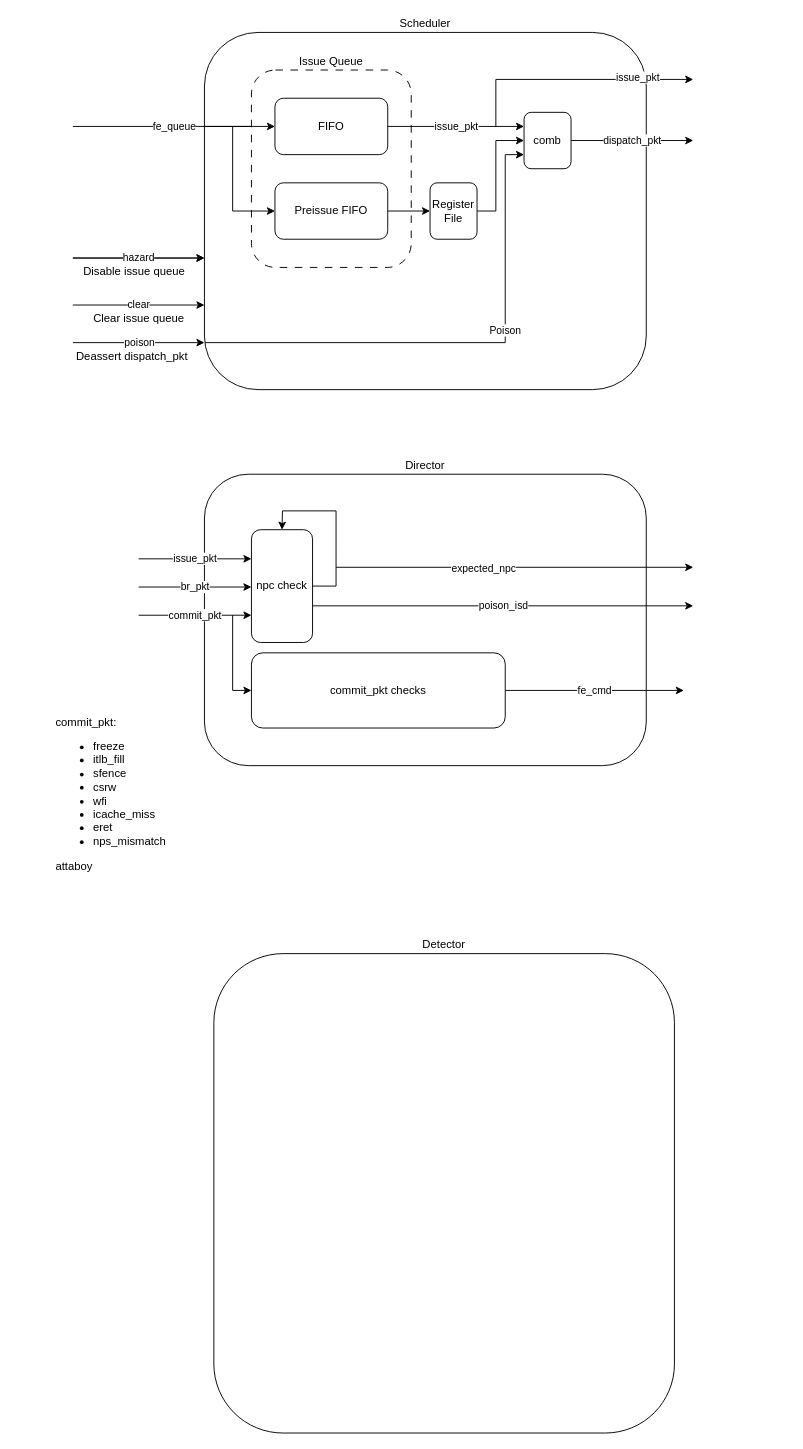
The draw.io diagram page "Back End" (3 of 5) of diagrams/black_parrot.drawio in JefferyLim/ec513_final_project, before the edit. Source tidied: cells renumbered, new cells numbered last; positions are measured from the earlier drawing's top-left corner, leaving out a move shared by most shapes. Both pictures are drawn from the tidied source at 94%, with x=0, y=0 at pixel (54, 32).
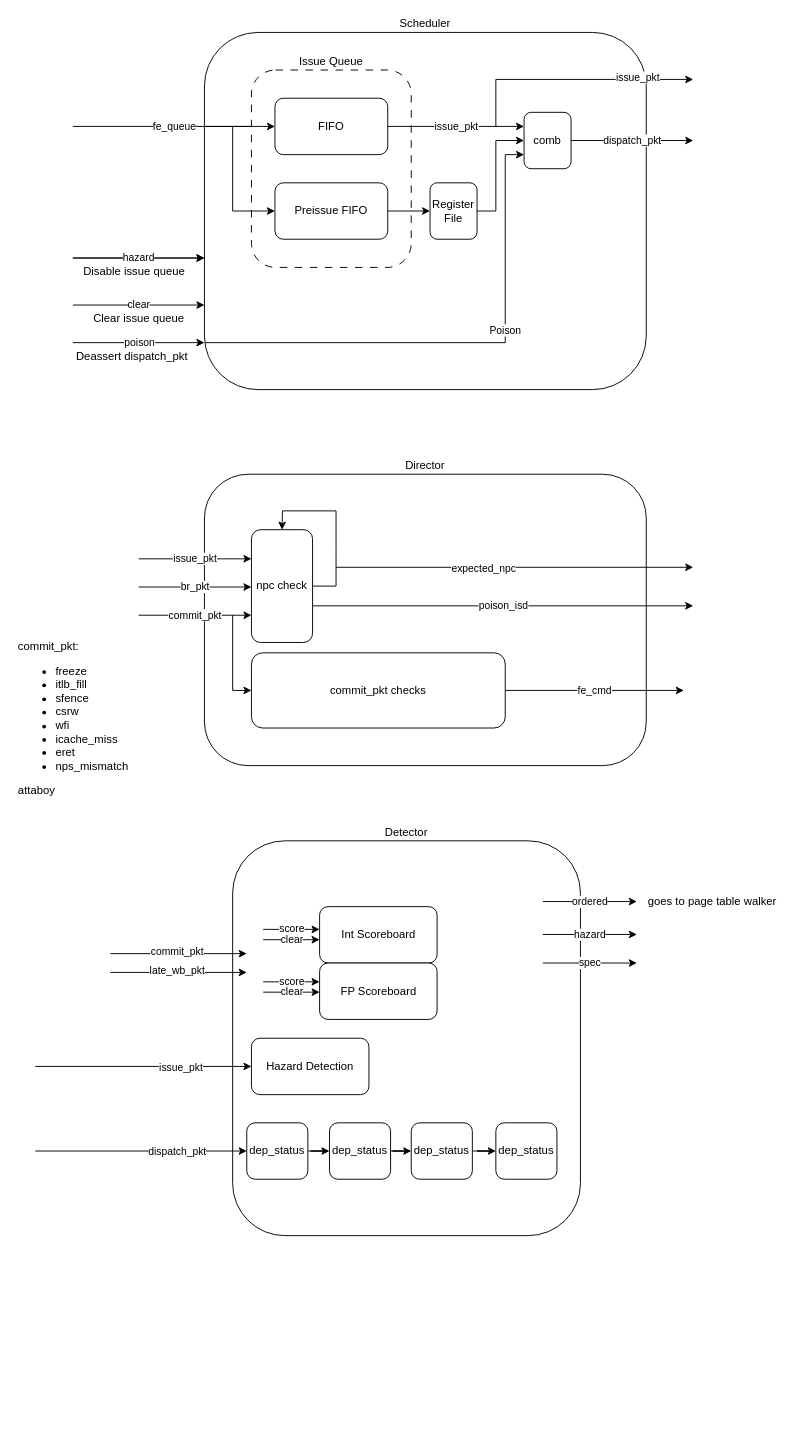
The same page after the edit.

What changed in the source:
```diff
@@
     <mxCell id="3" value="Detector" style="rounded=1;whiteSpace=wrap;html=1;labelPosition=center;verticalLabelPosition=top;align=center;verticalAlign=bottom;" parent="1" vertex="1">
-      <mxGeometry x="170" y="980" width="490" height="510" as="geometry" />
+      <mxGeometry x="190" y="860" width="370" height="420" as="geometry" />
     </mxCell>
@@
     <mxCell id="40" value="commit_pkt:&lt;div&gt;&lt;ul&gt;&lt;li&gt;freeze&lt;/li&gt;&lt;li&gt;itlb_fill&lt;/li&gt;&lt;li&gt;sfence&lt;/li&gt;&lt;li&gt;csrw&lt;/li&gt;&lt;li&gt;wfi&lt;/li&gt;&lt;li&gt;icache_miss&lt;/li&gt;&lt;li&gt;eret&lt;/li&gt;&lt;li&gt;nps_mismatch&lt;/li&gt;&lt;/ul&gt;&lt;/div&gt;&lt;div&gt;attaboy&lt;/div&gt;" style="text;html=1;align=left;verticalAlign=middle;strokeColor=none;fillColor=none;" parent="1" vertex="1">
-      <mxGeometry y="720" width="140" height="180" as="geometry" />
+      <mxGeometry x="-40" y="640" width="140" height="180" as="geometry" />
     </mxCell>
+    <mxCell id="41" style="endArrow=classic;html=1;rounded=0;entryX=0;entryY=0.5;entryDx=0;entryDy=0;" parent="1" edge="1" target="43">
+      <mxGeometry relative="1" as="geometry">
+        <mxPoint x="-20" y="1100" as="sourcePoint" />
+        <Array as="points">
+          <mxPoint x="-20" y="1100" />
+        </Array>
+      </mxGeometry>
+    </mxCell>
+    <mxCell id="42" value="issue_pkt" style="edgeLabel;html=1;align=center;verticalAlign=middle;" parent="41" vertex="1">
+      <mxGeometry x="0.6" y="3" relative="1" as="geometry">
+        <mxPoint x="-30" y="3" as="offset" />
+      </mxGeometry>
+    </mxCell>
+    <mxCell id="43" value="Hazard Detection" style="rounded=1;whiteSpace=wrap;html=1;" parent="1" vertex="1">
+      <mxGeometry x="210" y="1070" width="125" height="60" as="geometry" />
+    </mxCell>
+    <mxCell id="44" style="endArrow=classic;html=1;rounded=0;entryX=0;entryY=0.5;entryDx=0;entryDy=0;" parent="1" edge="1">
+      <mxGeometry relative="1" as="geometry">
+        <mxPoint x="-20" y="1190" as="sourcePoint" />
+        <mxPoint x="205" y="1190" as="targetPoint" />
+        <Array as="points">
+          <mxPoint x="-20" y="1190" />
+        </Array>
+      </mxGeometry>
+    </mxCell>
+    <mxCell id="45" value="dispatch_pkt" style="edgeLabel;html=1;align=center;verticalAlign=middle;" parent="44" vertex="1">
+      <mxGeometry x="0.6" y="3" relative="1" as="geometry">
+        <mxPoint x="-30" y="3" as="offset" />
+      </mxGeometry>
+    </mxCell>
+    <mxCell id="46" style="edgeStyle=orthogonalEdgeStyle;rounded=0;jettySize=auto;html=1;" parent="1" edge="1" source="47" target="49">
+      <mxGeometry relative="1" as="geometry" />
+    </mxCell>
+    <mxCell id="47" value="dep_status" style="rounded=1;whiteSpace=wrap;html=1;" parent="1" vertex="1">
+      <mxGeometry x="205" y="1160" width="65" height="60" as="geometry" />
+    </mxCell>
+    <mxCell id="48" style="edgeStyle=orthogonalEdgeStyle;rounded=0;jettySize=auto;html=1;" parent="1" edge="1" source="49" target="51">
+      <mxGeometry relative="1" as="geometry" />
+    </mxCell>
+    <mxCell id="49" value="dep_status" style="rounded=1;whiteSpace=wrap;html=1;" parent="1" vertex="1">
+      <mxGeometry x="293" y="1160" width="65" height="60" as="geometry" />
+    </mxCell>
+    <mxCell id="50" style="edgeStyle=orthogonalEdgeStyle;rounded=0;jettySize=auto;html=1;" parent="1" edge="1" source="51" target="52">
+      <mxGeometry relative="1" as="geometry" />
+    </mxCell>
+    <mxCell id="51" value="dep_status" style="rounded=1;whiteSpace=wrap;html=1;" parent="1" vertex="1">
+      <mxGeometry x="380" y="1160" width="65" height="60" as="geometry" />
+    </mxCell>
+    <mxCell id="52" value="dep_status" style="rounded=1;whiteSpace=wrap;html=1;" parent="1" vertex="1">
+      <mxGeometry x="470" y="1160" width="65" height="60" as="geometry" />
+    </mxCell>
+    <mxCell id="53" value="Int Scoreboard" style="rounded=1;whiteSpace=wrap;html=1;" parent="1" vertex="1">
+      <mxGeometry x="282.5" y="930" width="125" height="60" as="geometry" />
+    </mxCell>
+    <mxCell id="54" value="FP Scoreboard" style="rounded=1;whiteSpace=wrap;html=1;" parent="1" vertex="1">
+      <mxGeometry x="282.5" y="990" width="125" height="60" as="geometry" />
+    </mxCell>
+    <mxCell id="55" style="endArrow=classic;html=1;rounded=0;" parent="1" edge="1">
+      <mxGeometry relative="1" as="geometry">
+        <mxPoint x="60" y="980" as="sourcePoint" />
+        <mxPoint x="205" y="980" as="targetPoint" />
+      </mxGeometry>
+    </mxCell>
+    <mxCell id="56" value="commit_pkt" style="edgeLabel;html=1;align=center;verticalAlign=middle;" parent="55" vertex="1">
+      <mxGeometry x="0.6" y="3" relative="1" as="geometry">
+        <mxPoint x="-46" as="offset" />
+      </mxGeometry>
+    </mxCell>
+    <mxCell id="57" style="endArrow=classic;html=1;rounded=0;entryX=0;entryY=0.5;entryDx=0;entryDy=0;" parent="1" edge="1">
+      <mxGeometry relative="1" as="geometry">
+        <mxPoint x="60" y="1000" as="sourcePoint" />
+        <mxPoint x="205" y="1000" as="targetPoint" />
+      </mxGeometry>
+    </mxCell>
+    <mxCell id="58" value="late_wb_pkt" style="edgeLabel;html=1;align=center;verticalAlign=middle;" parent="57" vertex="1">
+      <mxGeometry x="0.6" y="3" relative="1" as="geometry">
+        <mxPoint x="-46" as="offset" />
+      </mxGeometry>
+    </mxCell>
+    <mxCell id="59" value="score" style="endArrow=classic;html=1;rounded=0;exitX=0.449;exitY=0.333;exitDx=0;exitDy=0;exitPerimeter=0;" parent="1" edge="1">
+      <mxGeometry relative="1" as="geometry">
+        <mxPoint x="222.5" y="954.2" as="sourcePoint" />
+        <mxPoint x="282.5" y="954.2" as="targetPoint" />
+      </mxGeometry>
+    </mxCell>
+    <mxCell id="60" value="clear" style="endArrow=classic;html=1;rounded=0;" parent="1" edge="1">
+      <mxGeometry relative="1" as="geometry">
+        <mxPoint x="222.5" y="965.2" as="sourcePoint" />
+        <mxPoint x="282.5" y="965.2" as="targetPoint" />
+      </mxGeometry>
+    </mxCell>
+    <mxCell id="61" value="score" style="endArrow=classic;html=1;rounded=0;exitX=0.449;exitY=0.333;exitDx=0;exitDy=0;exitPerimeter=0;" parent="1" edge="1">
+      <mxGeometry relative="1" as="geometry">
+        <mxPoint x="222.5" y="1010" as="sourcePoint" />
+        <mxPoint x="282.5" y="1010" as="targetPoint" />
+      </mxGeometry>
+    </mxCell>
+    <mxCell id="62" value="clear" style="endArrow=classic;html=1;rounded=0;" parent="1" edge="1">
+      <mxGeometry relative="1" as="geometry">
+        <mxPoint x="222.5" y="1021" as="sourcePoint" />
+        <mxPoint x="282.5" y="1021" as="targetPoint" />
+      </mxGeometry>
+    </mxCell>
+    <mxCell id="63" value="ordered" style="endArrow=classic;html=1;rounded=0;" parent="1" edge="1">
+      <mxGeometry relative="1" as="geometry">
+        <mxPoint x="520" y="924.6" as="sourcePoint" />
+        <mxPoint x="620" y="924.6" as="targetPoint" />
+      </mxGeometry>
+    </mxCell>
+    <mxCell id="64" value="hazard" style="endArrow=classic;html=1;rounded=0;" parent="1" edge="1">
+      <mxGeometry relative="1" as="geometry">
+        <mxPoint x="520" y="959.6" as="sourcePoint" />
+        <mxPoint x="620" y="959.6" as="targetPoint" />
+      </mxGeometry>
+    </mxCell>
+    <mxCell id="65" value="spec" style="endArrow=classic;html=1;rounded=0;" parent="1" edge="1">
+      <mxGeometry relative="1" as="geometry">
+        <mxPoint x="520" y="990" as="sourcePoint" />
+        <mxPoint x="620" y="990" as="targetPoint" />
+      </mxGeometry>
+    </mxCell>
+    <mxCell id="66" value="goes to page table walker" style="text;html=1;align=center;verticalAlign=middle;strokeColor=none;fillColor=none;" parent="1" vertex="1">
+      <mxGeometry x="620" y="910" width="160" height="30" as="geometry" />
+    </mxCell>
```
